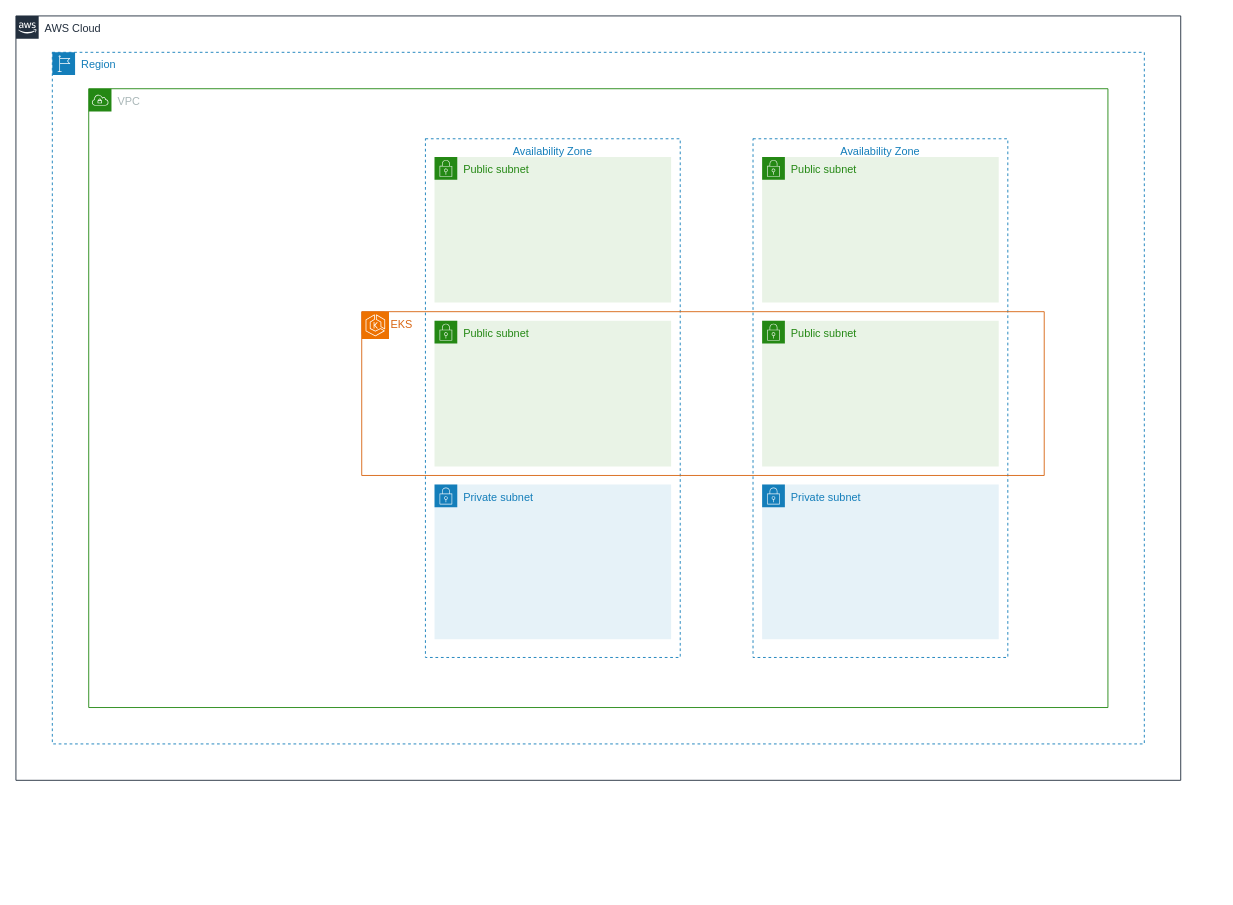
Before: docs/architecture/kodiko.drawio in annleefores/kodiko, a draw.io diagram. Source tidied: cells renumbered, new cells numbered last; positions are measured from the earlier drawing's top-left corner, leaving out a move shared by most shapes. Both pictures are drawn from the tidied source at 91%, with x=0, y=0 at pixel (15, 15).
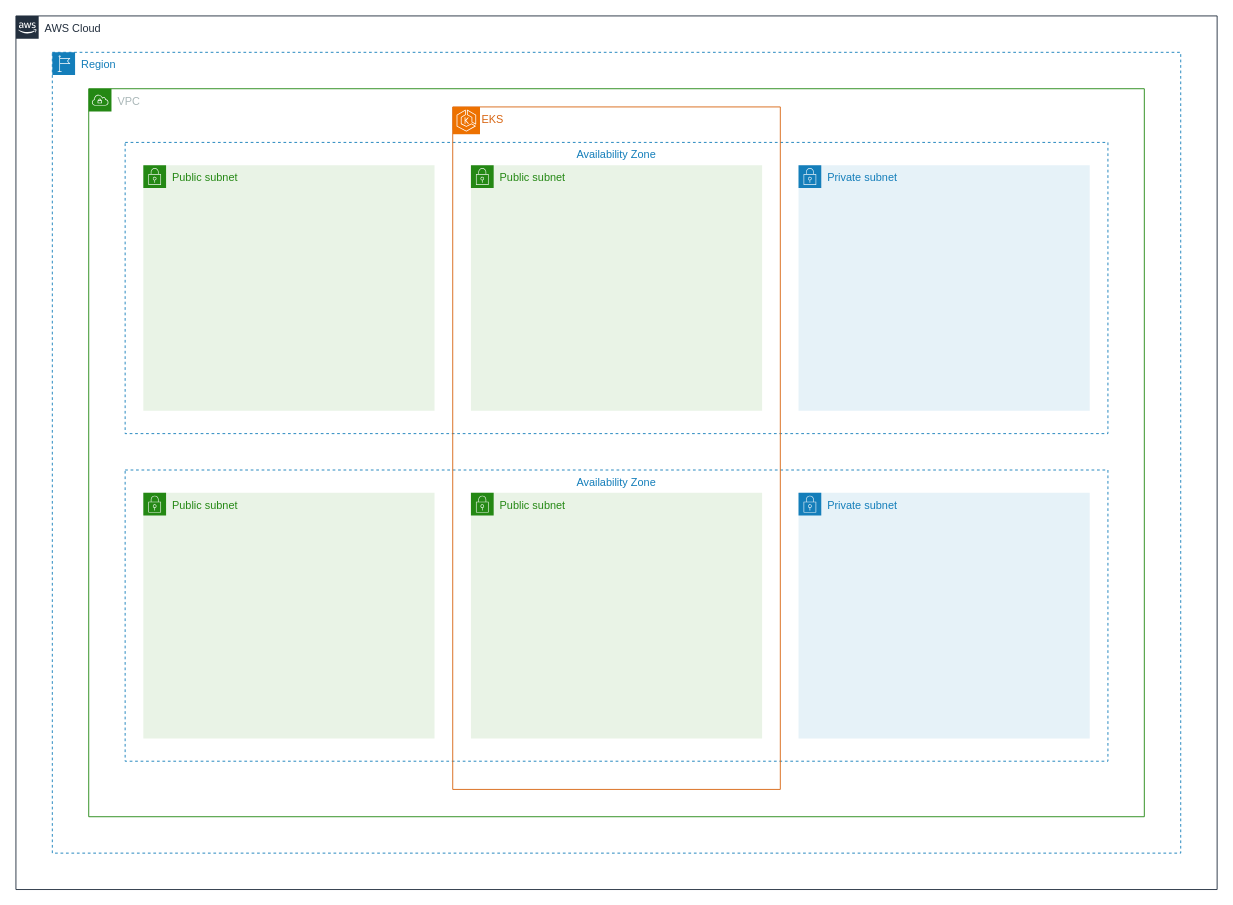
After the change.

Commit message (it also covers changes not shown here):
update arch diagram

What changed in the source:
```diff
@@
 <mxGraphModel>
   <root>
     <mxCell id="0" />
     <mxCell id="1" parent="0" />
     <mxCell id="2" value="AWS Cloud" style="gradientColor=none;html=1;whiteSpace=wrap;fontSize=12;fontStyle=0;shape=mxgraph.aws4.group;grIcon=mxgraph.aws4.group_aws_cloud_alt;strokeColor=#232F3E;fillColor=none;verticalAlign=top;align=left;spacingLeft=30;fontColor=#232F3E;dashed=0;" parent="1" vertex="1">
-      <mxGeometry width="1280" height="840" as="geometry" />
+      <mxGeometry width="1320" height="960" as="geometry" />
     </mxCell>
     <mxCell id="3" value="Region" style="gradientColor=none;html=1;whiteSpace=wrap;fontSize=12;fontStyle=0;shape=mxgraph.aws4.group;grIcon=mxgraph.aws4.group_region;strokeColor=#147EBA;fillColor=none;verticalAlign=top;align=left;spacingLeft=30;fontColor=#147EBA;dashed=1;" parent="2" vertex="1">
-      <mxGeometry x="40" y="40" width="1200" height="760" as="geometry" />
+      <mxGeometry x="40" y="40" width="1240" height="880" as="geometry" />
     </mxCell>
     <mxCell id="4" value="VPC" style="gradientColor=none;html=1;whiteSpace=wrap;fontSize=12;fontStyle=0;shape=mxgraph.aws4.group;grIcon=mxgraph.aws4.group_vpc;strokeColor=#248814;fillColor=none;verticalAlign=top;align=left;spacingLeft=30;fontColor=#AAB7B8;dashed=0;" parent="3" vertex="1">
-      <mxGeometry x="40" y="40" width="1120" height="680" as="geometry" />
+      <mxGeometry x="40" y="40" width="1160" height="800" as="geometry" />
     </mxCell>
     <mxCell id="5" value="Availability Zone" style="fillColor=none;strokeColor=#147EBA;dashed=1;verticalAlign=top;fontStyle=0;fontColor=#147EBA;whiteSpace=wrap;html=1;" parent="4" vertex="1">
-      <mxGeometry x="730" y="55" width="280" height="570" as="geometry" />
+      <mxGeometry x="40" y="59" width="1080" height="320" as="geometry" />
     </mxCell>
     <mxCell id="6" value="Public subnet" style="gradientColor=none;html=1;whiteSpace=wrap;fontSize=12;fontStyle=0;shape=mxgraph.aws4.group;grIcon=mxgraph.aws4.group_security_group;grStroke=0;strokeColor=#248814;fillColor=#E9F3E6;verticalAlign=top;align=left;spacingLeft=30;fontColor=#248814;dashed=0;" parent="4" vertex="1">
-      <mxGeometry x="740" y="75" width="260" height="160" as="geometry" />
+      <mxGeometry x="60" y="84" width="320" height="270" as="geometry" />
     </mxCell>
-    <mxCell id="7" value="Public subnet" style="gradientColor=none;html=1;whiteSpace=wrap;fontSize=12;fontStyle=0;shape=mxgraph.aws4.group;grIcon=mxgraph.aws4.group_security_group;grStroke=0;strokeColor=#248814;fillColor=#E9F3E6;verticalAlign=top;align=left;spacingLeft=30;fontColor=#248814;dashed=0;" parent="4" vertex="1">
-      <mxGeometry x="740" y="255" width="260" height="160" as="geometry" />
-    </mxCell>
+    <mxCell id="15" value="Public subnet" style="gradientColor=none;html=1;whiteSpace=wrap;fontSize=12;fontStyle=0;shape=mxgraph.aws4.group;grIcon=mxgraph.aws4.group_security_group;grStroke=0;strokeColor=#248814;fillColor=#E9F3E6;verticalAlign=top;align=left;spacingLeft=30;fontColor=#248814;dashed=0;" parent="4" vertex="1">
+      <mxGeometry x="420" y="84" width="320" height="270" as="geometry" />
+    </mxCell>
     <mxCell id="8" value="Private subnet" style="gradientColor=none;html=1;whiteSpace=wrap;fontSize=12;fontStyle=0;shape=mxgraph.aws4.group;grIcon=mxgraph.aws4.group_security_group;grStroke=0;strokeColor=#147EBA;fillColor=#E6F2F8;verticalAlign=top;align=left;spacingLeft=30;fontColor=#147EBA;dashed=0;" parent="4" vertex="1">
-      <mxGeometry x="740" y="435" width="260" height="170" as="geometry" />
+      <mxGeometry x="780" y="84" width="320" height="270" as="geometry" />
     </mxCell>
     <mxCell id="9" value="Availability Zone" style="fillColor=none;strokeColor=#147EBA;dashed=1;verticalAlign=top;fontStyle=0;fontColor=#147EBA;whiteSpace=wrap;html=1;" parent="4" vertex="1">
-      <mxGeometry x="370" y="55" width="280" height="570" as="geometry" />
+      <mxGeometry x="40" y="419" width="1080" height="320" as="geometry" />
     </mxCell>
-    <mxCell id="10" value="Public subnet" style="gradientColor=none;html=1;whiteSpace=wrap;fontSize=12;fontStyle=0;shape=mxgraph.aws4.group;grIcon=mxgraph.aws4.group_security_group;grStroke=0;strokeColor=#248814;fillColor=#E9F3E6;verticalAlign=top;align=left;spacingLeft=30;fontColor=#248814;dashed=0;" parent="4" vertex="1">
-      <mxGeometry x="380" y="75" width="260" height="160" as="geometry" />
-    </mxCell>
-    <mxCell id="11" value="Public subnet" style="gradientColor=none;html=1;whiteSpace=wrap;fontSize=12;fontStyle=0;shape=mxgraph.aws4.group;grIcon=mxgraph.aws4.group_security_group;grStroke=0;strokeColor=#248814;fillColor=#E9F3E6;verticalAlign=top;align=left;spacingLeft=30;fontColor=#248814;dashed=0;" parent="4" vertex="1">
-      <mxGeometry x="380" y="255" width="260" height="160" as="geometry" />
-    </mxCell>
+    <mxCell id="16" value="Public subnet" style="gradientColor=none;html=1;whiteSpace=wrap;fontSize=12;fontStyle=0;shape=mxgraph.aws4.group;grIcon=mxgraph.aws4.group_security_group;grStroke=0;strokeColor=#248814;fillColor=#E9F3E6;verticalAlign=top;align=left;spacingLeft=30;fontColor=#248814;dashed=0;" parent="4" vertex="1">
+      <mxGeometry x="60" y="444" width="320" height="270" as="geometry" />
+    </mxCell>
+    <mxCell id="17" value="Public subnet" style="gradientColor=none;html=1;whiteSpace=wrap;fontSize=12;fontStyle=0;shape=mxgraph.aws4.group;grIcon=mxgraph.aws4.group_security_group;grStroke=0;strokeColor=#248814;fillColor=#E9F3E6;verticalAlign=top;align=left;spacingLeft=30;fontColor=#248814;dashed=0;" parent="4" vertex="1">
+      <mxGeometry x="420" y="444" width="320" height="270" as="geometry" />
+    </mxCell>
     <mxCell id="12" value="Private subnet" style="gradientColor=none;html=1;whiteSpace=wrap;fontSize=12;fontStyle=0;shape=mxgraph.aws4.group;grIcon=mxgraph.aws4.group_security_group;grStroke=0;strokeColor=#147EBA;fillColor=#E6F2F8;verticalAlign=top;align=left;spacingLeft=30;fontColor=#147EBA;dashed=0;" parent="4" vertex="1">
-      <mxGeometry x="380" y="435" width="260" height="170" as="geometry" />
+      <mxGeometry x="780" y="444" width="320" height="270" as="geometry" />
     </mxCell>
     <mxCell id="13" value="EKS" style="gradientColor=none;html=1;whiteSpace=wrap;fontSize=12;fontStyle=0;shape=mxgraph.aws4.group;grIcon=mxgraph.aws4.group_ec2_instance_contents;strokeColor=#D86613;fillColor=none;verticalAlign=top;align=left;spacingLeft=30;fontColor=#D86613;dashed=0;" parent="4" vertex="1">
-      <mxGeometry x="300" y="245" width="750" height="180" as="geometry" />
+      <mxGeometry x="400" y="20" width="360" height="750" as="geometry" />
     </mxCell>
     <mxCell id="14" style="sketch=0;fontColor=#232F3E;fillColor=#ED7100;strokeColor=#ffffff;dashed=0;verticalLabelPosition=bottom;verticalAlign=top;align=center;html=1;fontSize=12;fontStyle=0;shape=mxgraph.aws4.resourceIcon;resIcon=mxgraph.aws4.eks;" parent="13" vertex="1">
       <mxGeometry width="30" height="30" as="geometry" />
     </mxCell>
   </root>
 </mxGraphModel>
```
